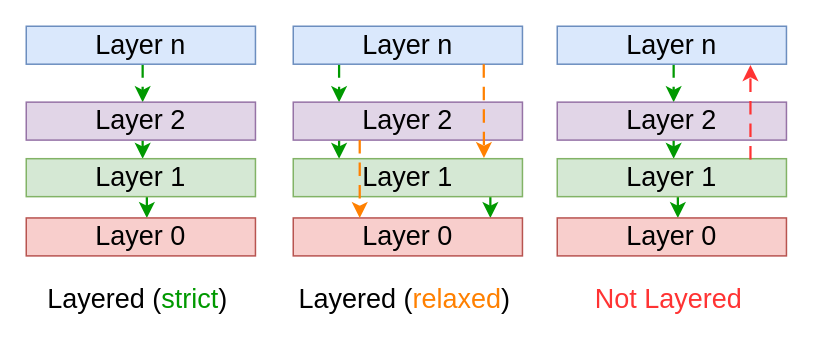
This is diagrams/architecture/architecturalStyles/layered/what/layered.drawio from se-edu/se-book, a draw.io file, before an edit. Source tidied: cells renumbered, new cells numbered last; positions are measured from the earlier drawing's top-left corner, leaving out a move shared by most shapes. Both pictures are drawn from the tidied source at 150%, with x=0, y=0 at pixel (26, 26).
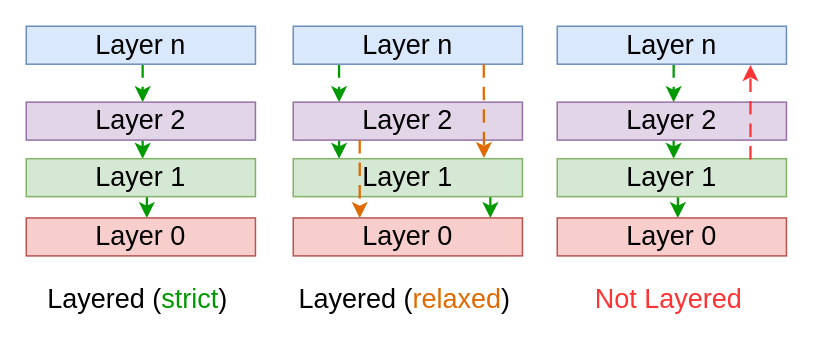
Above is the later version.

The change refers to these unchanged cells:
```xml
<mxCell id="14" value="Layer 2" style="rounded=0;whiteSpace=wrap;html=0;fillColor=#e1d5e7;strokeColor=#9673a6;fontColor=#000000;fontSize=18;fontFamily=Helvetica;" parent="1" vertex="1">
  <mxGeometry x="178" y="50.6" width="152.8" height="25.3" as="geometry" />
</mxCell>
<mxCell id="15" value="Layer 1" style="rounded=0;whiteSpace=wrap;html=0;fillColor=#d5e8d4;strokeColor=#82b366;fontColor=#000000;fontSize=18;fontFamily=Helvetica;" parent="1" vertex="1">
  <mxGeometry x="178" y="88.3" width="152.8" height="25.3" as="geometry" />
</mxCell>
<mxCell id="16" value="Layer 0" style="rounded=0;whiteSpace=wrap;html=0;fillColor=#f8cecc;strokeColor=#b85450;fontColor=#000000;fontSize=18;fontFamily=Helvetica;" parent="1" vertex="1">
  <mxGeometry x="178" y="127.8" width="152.8" height="25.3" as="geometry" />
</mxCell>
<mxCell id="25" value="Layer 1" style="rounded=0;whiteSpace=wrap;html=0;fillColor=#d5e8d4;strokeColor=#82b366;fontColor=#000000;fontSize=18;fontFamily=Helvetica;" parent="1" vertex="1">
  <mxGeometry x="354" y="88.3" width="152.8" height="25.3" as="geometry" />
</mxCell>
```

Change to the diagram source:
```diff
@@
-    <mxCell id="17" style="exitX=0.29;exitY=1;exitDx=0;exitDy=0;entryX=0.29;entryY=0;entryDx=0;entryDy=0;edgeStyle=none;html=1;rounded=0;dashed=1;dashPattern=6 4;strokeColor=#FF8000;strokeWidth=1.5;endArrow=classic;endFill=1;endSize=6;fontColor=#FF8000;" parent="1" edge="1" source="14" target="16">
+    <mxCell id="17" style="exitX=0.29;exitY=1;exitDx=0;exitDy=0;entryX=0.29;entryY=0;entryDx=0;entryDy=0;edgeStyle=none;html=1;rounded=0;dashed=1;dashPattern=6 4;strokeColor=#E06A00;strokeWidth=1.5;endArrow=classic;endFill=1;endSize=6;fontColor=#E06A00;" parent="1" edge="1" source="14" target="16">
       <mxGeometry relative="1" as="geometry" />
     </mxCell>
-    <mxCell id="18" value="Layered (&lt;span style=&quot;color: rgb(255, 128, 0);&quot;&gt;relaxed&lt;/span&gt;)" style="text;html=1;whiteSpace=wrap;strokeColor=none;fillColor=none;align=center;verticalAlign=middle;rounded=0;fontSize=18;" parent="1" vertex="1">
+    <mxCell id="18" value="Layered (&lt;span style=&quot;color: rgb(224, 106, 0);&quot;&gt;relaxed&lt;/span&gt;)" style="text;html=1;whiteSpace=wrap;strokeColor=none;fillColor=none;align=center;verticalAlign=middle;rounded=0;fontSize=18;" parent="1" vertex="1">
       <mxGeometry x="178" y="167" width="149" height="30" as="geometry" />
     </mxCell>
-    <mxCell id="19" style="exitX=0.29;exitY=1;exitDx=0;exitDy=0;entryX=0.832;entryY=-0.02;entryDx=0;entryDy=0;edgeStyle=none;html=1;rounded=0;dashed=1;dashPattern=6 4;strokeColor=#FF8000;strokeWidth=1.5;endArrow=classic;endFill=1;endSize=6;fontColor=#FF8000;entryPerimeter=0;" parent="1" edge="1" target="15">
+    <mxCell id="19" style="exitX=0.29;exitY=1;exitDx=0;exitDy=0;entryX=0.832;entryY=-0.02;entryDx=0;entryDy=0;edgeStyle=none;html=1;rounded=0;dashed=1;dashPattern=6 4;strokeColor=#E06A00;strokeWidth=1.5;endArrow=classic;endFill=1;endSize=6;fontColor=#E06A00;entryPerimeter=0;" parent="1" edge="1" target="15">
       <mxGeometry relative="1" as="geometry">
         <mxPoint x="305" y="25.3" as="sourcePoint" />
       </mxGeometry>
     </mxCell>
@@
-    <mxCell id="28" style="exitX=0.843;exitY=0.019;exitDx=0;exitDy=0;edgeStyle=none;html=1;rounded=0;dashed=1;dashPattern=6 4;strokeColor=#FF3333;strokeWidth=1.5;endArrow=classic;endFill=1;endSize=6;fontColor=#FF8000;exitPerimeter=0;" parent="1" edge="1" source="25">
+    <mxCell id="28" style="exitX=0.843;exitY=0.019;exitDx=0;exitDy=0;edgeStyle=none;html=1;rounded=0;dashed=1;dashPattern=6 4;strokeColor=#FF3333;strokeWidth=1.5;endArrow=classic;endFill=1;endSize=6;fontColor=#E06A00;exitPerimeter=0;" parent="1" edge="1" source="25">
       <mxGeometry relative="1" as="geometry">
         <mxPoint x="482.8" y="25.9" as="targetPoint" />
       </mxGeometry>
     </mxCell>
```
